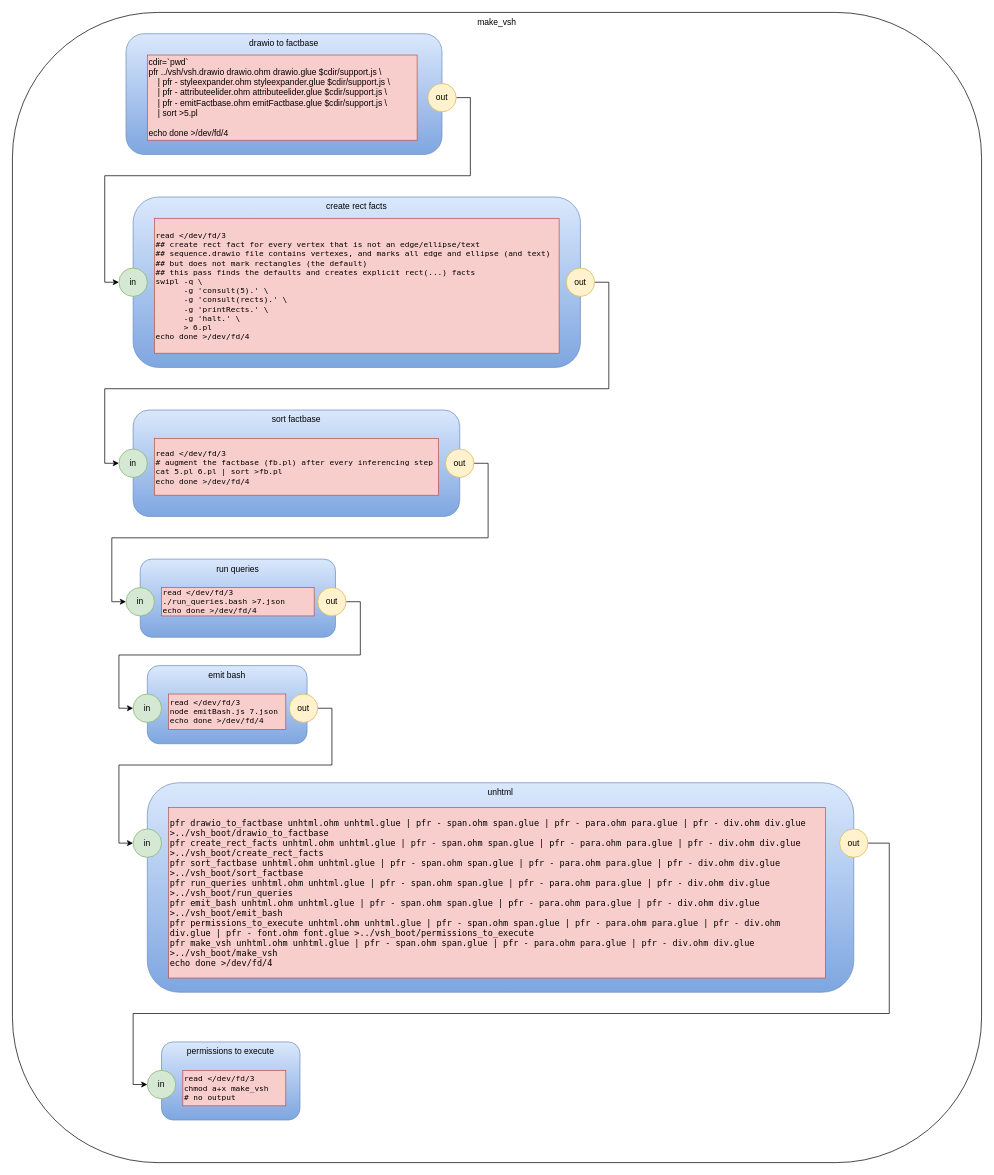
Earlier version of the draw.io diagram vsh.drawio (guitarvydas/vsh). Source tidied: cells renumbered, new cells numbered last; positions are measured from the earlier drawing's top-left corner, leaving out a move shared by most shapes. Both pictures are drawn from the tidied source at 71%, with x=0, y=0 at pixel (12, 12).
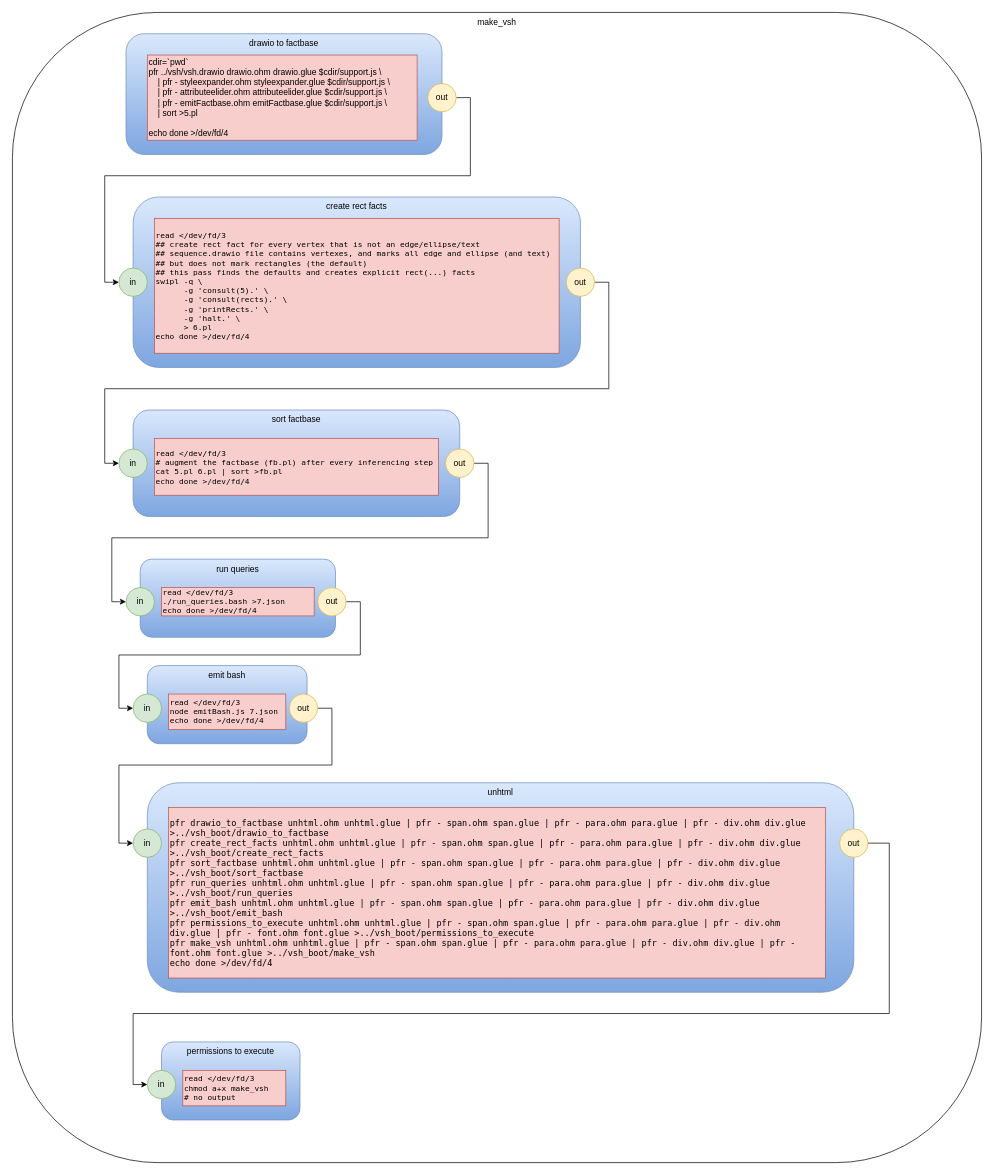
The same diagram, later.

Change to the diagram source:
```diff
@@
-    <mxCell id="29" value="&lt;p class=&quot;p1&quot; style=&quot;margin: 0px ; font-stretch: normal ; line-height: normal ; font-family: &amp;#34;menlo&amp;#34;&quot;&gt;&lt;span class=&quot;s1&quot;&gt;&lt;font style=&quot;font-size: 12px&quot;&gt;pfr drawio_to_factbase unhtml.ohm unhtml.glue | pfr - span.ohm span.glue | pfr - para.ohm para.glue | pfr - div.ohm div.glue &amp;gt;../vsh_boot/drawio_to_factbase&lt;/font&gt;&lt;/span&gt;&lt;/p&gt;&lt;p class=&quot;p1&quot; style=&quot;margin: 0px ; font-stretch: normal ; line-height: normal ; font-family: &amp;#34;menlo&amp;#34;&quot;&gt;&lt;span class=&quot;s1&quot;&gt;&lt;font style=&quot;font-size: 12px&quot;&gt;pfr create_rect_facts unhtml.ohm unhtml.glue | pfr - span.ohm span.glue | pfr - para.ohm para.glue | pfr - div.ohm div.glue &amp;gt;../vsh_boot/create_rect_facts&lt;/font&gt;&lt;/span&gt;&lt;/p&gt;&lt;p class=&quot;p1&quot; style=&quot;margin: 0px ; font-stretch: normal ; line-height: normal ; font-family: &amp;#34;menlo&amp;#34;&quot;&gt;&lt;span class=&quot;s1&quot;&gt;&lt;font style=&quot;font-size: 12px&quot;&gt;pfr sort_factbase unhtml.ohm unhtml.glue | pfr - span.ohm span.glue | pfr - para.ohm para.glue | pfr - div.ohm div.glue &amp;gt;../vsh_boot/sort_factbase&lt;/font&gt;&lt;/span&gt;&lt;/p&gt;&lt;p class=&quot;p1&quot; style=&quot;margin: 0px ; font-stretch: normal ; line-height: normal ; font-family: &amp;#34;menlo&amp;#34;&quot;&gt;&lt;span class=&quot;s1&quot;&gt;&lt;font style=&quot;font-size: 12px&quot;&gt;pfr run_queries unhtml.ohm unhtml.glue | pfr - span.ohm span.glue | pfr - para.ohm para.glue | pfr - div.ohm div.glue &amp;gt;../vsh_boot/run_queries&lt;/font&gt;&lt;/span&gt;&lt;/p&gt;&lt;p class=&quot;p1&quot; style=&quot;margin: 0px ; font-stretch: normal ; line-height: normal ; font-family: &amp;#34;menlo&amp;#34;&quot;&gt;&lt;span class=&quot;s1&quot;&gt;&lt;font style=&quot;font-size: 12px&quot;&gt;pfr emit_bash unhtml.ohm unhtml.glue | pfr - span.ohm span.glue | pfr - para.ohm para.glue | pfr - div.ohm div.glue &amp;gt;../vsh_boot/emit_bash&lt;/font&gt;&lt;/span&gt;&lt;/p&gt;&lt;p class=&quot;p1&quot; style=&quot;margin: 0px ; font-stretch: normal ; line-height: normal ; font-family: &amp;#34;menlo&amp;#34;&quot;&gt;&lt;span class=&quot;s1&quot;&gt;&lt;font style=&quot;font-size: 12px&quot;&gt;pfr permissions_to_execute unhtml.ohm unhtml.glue | pfr - span.ohm span.glue | pfr - para.ohm para.glue | pfr - div.ohm div.glue | pfr - font.ohm font.glue &amp;gt;../vsh_boot/permissions_to_execute&lt;/font&gt;&lt;/span&gt;&lt;/p&gt;&lt;p class=&quot;p1&quot; style=&quot;margin: 0px ; font-stretch: normal ; line-height: normal ; font-family: &amp;#34;menlo&amp;#34;&quot;&gt;&lt;span class=&quot;s1&quot;&gt;&lt;font style=&quot;font-size: 12px&quot;&gt;pfr make_vsh unhtml.ohm unhtml.glue | pfr - span.ohm span.glue | pfr - para.ohm para.glue | pfr - div.ohm div.glue &amp;gt;../vsh_boot/make_vsh&lt;/font&gt;&lt;/span&gt;&lt;/p&gt;&lt;p class=&quot;p1&quot; style=&quot;margin: 0px ; font-stretch: normal ; line-height: normal ; font-family: &amp;#34;menlo&amp;#34;&quot;&gt;&lt;span class=&quot;s1&quot;&gt;&lt;font style=&quot;font-size: 12px&quot;&gt;echo done &amp;gt;/dev/fd/4&lt;/font&gt;&lt;/span&gt;&lt;/p&gt;" style="rounded=0;whiteSpace=wrap;html=1;fillColor=#f8cecc;strokeColor=#b85450;align=left;" parent="1" vertex="1">
+    <mxCell id="29" value="&lt;p class=&quot;p1&quot; style=&quot;margin: 0px ; font-stretch: normal ; line-height: normal ; font-family: &amp;#34;menlo&amp;#34;&quot;&gt;&lt;span class=&quot;s1&quot;&gt;&lt;font style=&quot;font-size: 12px&quot;&gt;pfr drawio_to_factbase unhtml.ohm unhtml.glue | pfr - span.ohm span.glue | pfr - para.ohm para.glue | pfr - div.ohm div.glue &amp;gt;../vsh_boot/drawio_to_factbase&lt;/font&gt;&lt;/span&gt;&lt;/p&gt;&lt;p class=&quot;p1&quot; style=&quot;margin: 0px ; font-stretch: normal ; line-height: normal ; font-family: &amp;#34;menlo&amp;#34;&quot;&gt;&lt;span class=&quot;s1&quot;&gt;&lt;font style=&quot;font-size: 12px&quot;&gt;pfr create_rect_facts unhtml.ohm unhtml.glue | pfr - span.ohm span.glue | pfr - para.ohm para.glue | pfr - div.ohm div.glue &amp;gt;../vsh_boot/create_rect_facts&lt;/font&gt;&lt;/span&gt;&lt;/p&gt;&lt;p class=&quot;p1&quot; style=&quot;margin: 0px ; font-stretch: normal ; line-height: normal ; font-family: &amp;#34;menlo&amp;#34;&quot;&gt;&lt;span class=&quot;s1&quot;&gt;&lt;font style=&quot;font-size: 12px&quot;&gt;pfr sort_factbase unhtml.ohm unhtml.glue | pfr - span.ohm span.glue | pfr - para.ohm para.glue | pfr - div.ohm div.glue &amp;gt;../vsh_boot/sort_factbase&lt;/font&gt;&lt;/span&gt;&lt;/p&gt;&lt;p class=&quot;p1&quot; style=&quot;margin: 0px ; font-stretch: normal ; line-height: normal ; font-family: &amp;#34;menlo&amp;#34;&quot;&gt;&lt;span class=&quot;s1&quot;&gt;&lt;font style=&quot;font-size: 12px&quot;&gt;pfr run_queries unhtml.ohm unhtml.glue | pfr - span.ohm span.glue | pfr - para.ohm para.glue | pfr - div.ohm div.glue &amp;gt;../vsh_boot/run_queries&lt;/font&gt;&lt;/span&gt;&lt;/p&gt;&lt;p class=&quot;p1&quot; style=&quot;margin: 0px ; font-stretch: normal ; line-height: normal ; font-family: &amp;#34;menlo&amp;#34;&quot;&gt;&lt;span class=&quot;s1&quot;&gt;&lt;font style=&quot;font-size: 12px&quot;&gt;pfr emit_bash unhtml.ohm unhtml.glue | pfr - span.ohm span.glue | pfr - para.ohm para.glue | pfr - div.ohm div.glue &amp;gt;../vsh_boot/emit_bash&lt;/font&gt;&lt;/span&gt;&lt;/p&gt;&lt;p class=&quot;p1&quot; style=&quot;margin: 0px ; font-stretch: normal ; line-height: normal ; font-family: &amp;#34;menlo&amp;#34;&quot;&gt;&lt;span class=&quot;s1&quot;&gt;&lt;font style=&quot;font-size: 12px&quot;&gt;pfr permissions_to_execute unhtml.ohm unhtml.glue | pfr - span.ohm span.glue | pfr - para.ohm para.glue | pfr - div.ohm div.glue | pfr - font.ohm font.glue &amp;gt;../vsh_boot/permissions_to_execute&lt;/font&gt;&lt;/span&gt;&lt;/p&gt;&lt;p class=&quot;p1&quot; style=&quot;margin: 0px ; font-stretch: normal ; line-height: normal ; font-family: &amp;#34;menlo&amp;#34;&quot;&gt;&lt;span class=&quot;s1&quot;&gt;&lt;font style=&quot;font-size: 12px&quot;&gt;pfr make_vsh unhtml.ohm unhtml.glue | pfr - span.ohm span.glue | pfr - para.ohm para.glue | pfr - div.ohm div.glue | pfr - font.ohm font.glue &amp;gt;../vsh_boot/make_vsh&lt;/font&gt;&lt;/span&gt;&lt;/p&gt;&lt;p class=&quot;p1&quot; style=&quot;margin: 0px ; font-stretch: normal ; line-height: normal ; font-family: &amp;#34;menlo&amp;#34;&quot;&gt;&lt;span class=&quot;s1&quot;&gt;&lt;font style=&quot;font-size: 12px&quot;&gt;echo done &amp;gt;/dev/fd/4&lt;/font&gt;&lt;/span&gt;&lt;/p&gt;" style="rounded=0;whiteSpace=wrap;html=1;fillColor=#f8cecc;strokeColor=#b85450;align=left;" parent="1" vertex="1">
       <mxGeometry x="220" y="1120" width="925" height="240" as="geometry" />
     </mxCell>
```
